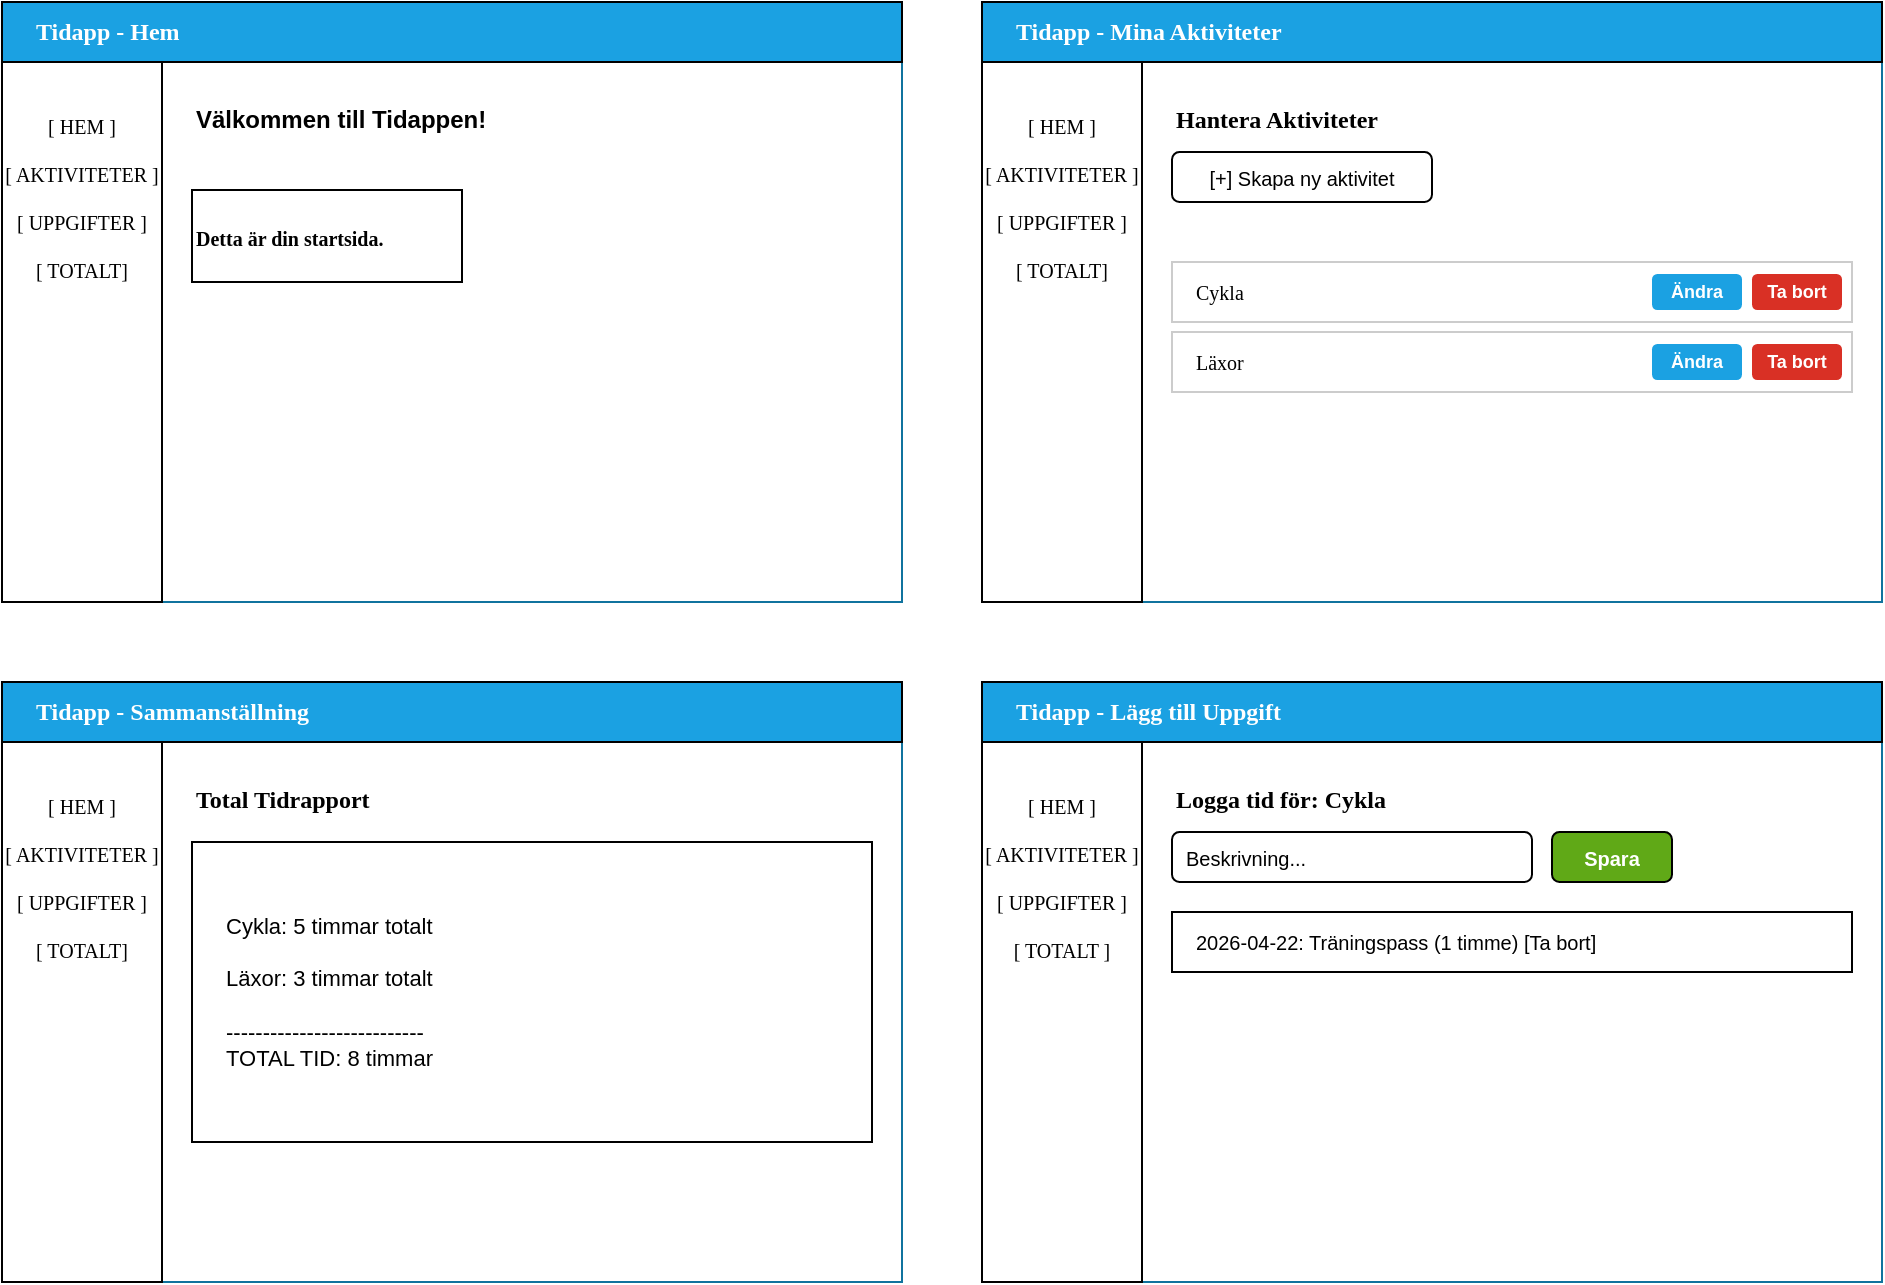
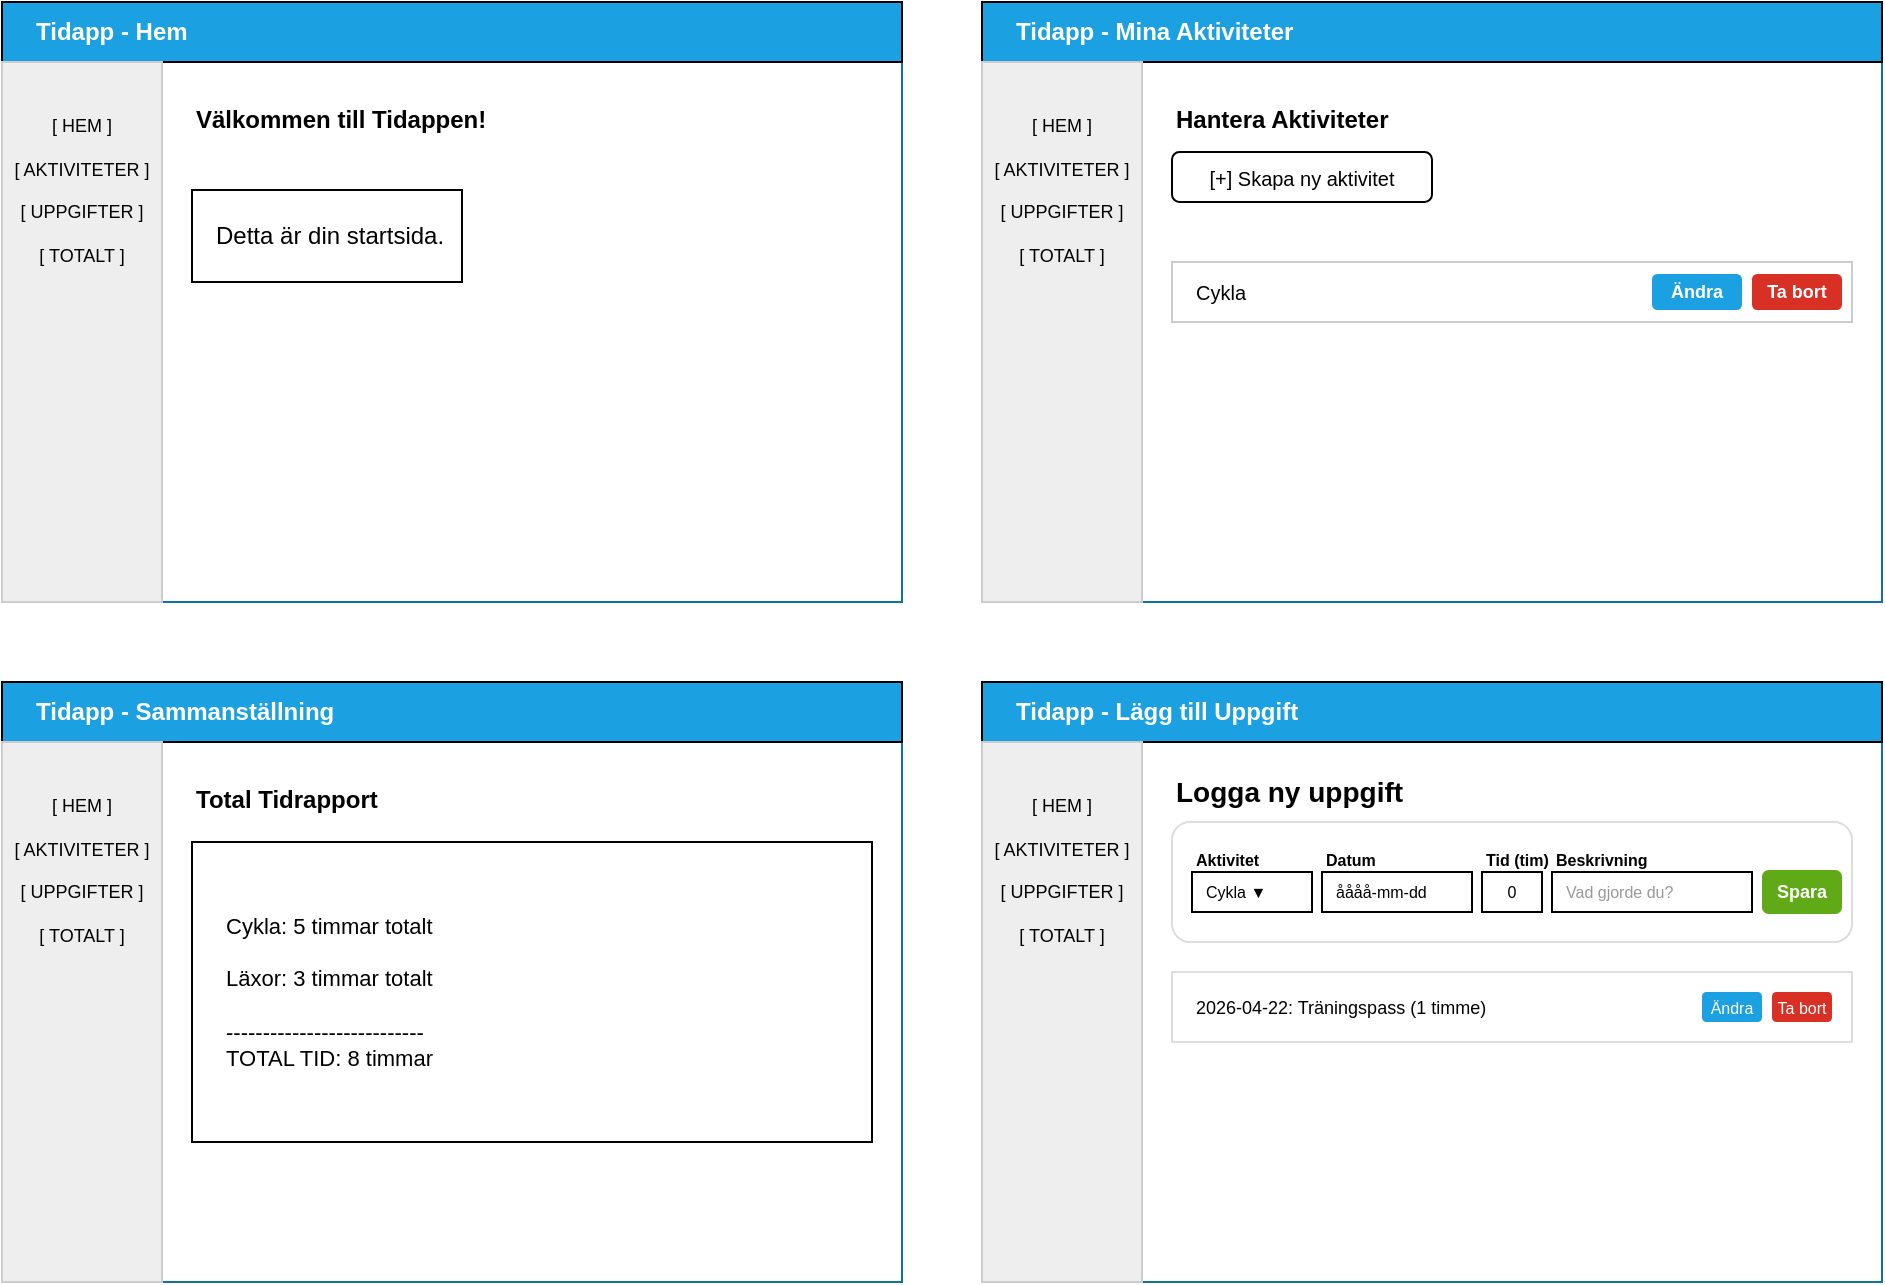
<mxfile host="app.diagrams.net">
  <diagram name="Page-1" id="IYGaeqK2h2XBtHOK3l0I">
-     <mxGraphModel dx="1069" dy="647" grid="1" gridSize="10" guides="1" tooltips="1" connect="1" arrows="1" fold="1" page="1" pageScale="1" pageWidth="1169" pageHeight="827" math="0" shadow="0">
+     <mxGraphModel dx="1299" dy="677" grid="1" gridSize="10" guides="1" tooltips="1" connect="1" arrows="1" fold="1" page="1" pageScale="1" pageWidth="1169" pageHeight="827" math="0" shadow="0">
      <root>
        <mxCell id="0" />
        <mxCell id="1" parent="0" />
-         <mxCell id="d1_frame" parent="1" style="rounded=0;whiteSpace=wrap;html=1;strokeColor=#10739e;fillColor=none;" value="" vertex="1">
+         <mxCell id="h_frame" parent="1" style="rounded=0;whiteSpace=wrap;html=1;strokeColor=#10739e;fillColor=none;" value="" vertex="1">
+           <mxGeometry height="300" width="450" x="20" y="40" as="geometry" />
+         </mxCell>
+         <mxCell id="h_head" parent="1" style="rounded=0;whiteSpace=wrap;html=1;fillColor=#1ba1e2;fontColor=#ffffff;align=left;spacingLeft=15;" value="&lt;b&gt;Tidapp - Hem&lt;/b&gt;" vertex="1">
+           <mxGeometry height="30" width="450" x="20" y="40" as="geometry" />
+         </mxCell>
+         <mxCell id="h_side" parent="1" style="rounded=0;whiteSpace=wrap;html=1;fillColor=#eeeeee;align=center;verticalAlign=top;spacingTop=20;fontSize=9;strokeColor=#cccccc;" value="[ HEM ]&#xa;&#xa;[ AKTIVITETER ]&#xa;&#xa;[ UPPGIFTER ]&#xa;&#xa;[ TOTALT ]" vertex="1">
+           <mxGeometry height="270" width="80" x="20" y="70" as="geometry" />
+         </mxCell>
+         <mxCell id="h_content" parent="1" style="text;html=1;fontStyle=1" value="Välkommen till Tidappen!" vertex="1">
+           <mxGeometry height="20" width="150" x="115" y="85" as="geometry" />
+         </mxCell>
+         <mxCell id="h_text" parent="1" style="rounded=0;whiteSpace=wrap;html=1;fillColor=none;align=left;spacingLeft=10;" value="Detta är din startsida." vertex="1">
+           <mxGeometry height="46" width="135" x="115" y="134" as="geometry" />
+         </mxCell>
+         <mxCell id="a_frame" parent="1" style="rounded=0;whiteSpace=wrap;html=1;strokeColor=#10739e;fillColor=none;" value="" vertex="1">
          <mxGeometry height="300" width="450" x="510" y="40" as="geometry" />
        </mxCell>
-         <mxCell id="d1_head" parent="1" style="rounded=0;whiteSpace=wrap;html=1;fillColor=#1ba1e2;fontColor=#ffffff;align=left;spacingLeft=15;" value="&lt;font face=&quot;Comic Sans MS&quot;&gt;&lt;b&gt;Tidapp - Mina Aktiviteter&lt;/b&gt;&lt;/font&gt;" vertex="1">
+         <mxCell id="a_head" parent="1" style="rounded=0;whiteSpace=wrap;html=1;fillColor=#1ba1e2;fontColor=#ffffff;align=left;spacingLeft=15;" value="&lt;b&gt;Tidapp - Mina Aktiviteter&lt;/b&gt;" vertex="1">
          <mxGeometry height="30" width="450" x="510" y="40" as="geometry" />
        </mxCell>
-         <mxCell id="d1_side" parent="1" style="rounded=0;whiteSpace=wrap;html=1;fillColor=none;align=center;verticalAlign=top;spacingTop=20;fontSize=9;" value="&lt;font face=&quot;Comic Sans MS&quot; size=&quot;1&quot;&gt;[ HEM ]&lt;br&gt;&lt;br&gt;[ AKTIVITETER ]&lt;br&gt;&lt;br&gt;[ UPPGIFTER ]&lt;br&gt;&lt;br&gt;[ TOTALT]&lt;/font&gt;" vertex="1">
+         <mxCell id="a_side" parent="1" style="rounded=0;whiteSpace=wrap;html=1;fillColor=#eeeeee;align=center;verticalAlign=top;spacingTop=20;fontSize=9;strokeColor=#cccccc;" value="[ HEM ]&#xa;&#xa;[ AKTIVITETER ]&#xa;&#xa;[ UPPGIFTER ]&#xa;&#xa;[ TOTALT ]" vertex="1">
          <mxGeometry height="270" width="80" x="510" y="70" as="geometry" />
        </mxCell>
-         <mxCell id="d1_content" parent="1" style="text;html=1;fontStyle=1" value="&lt;font face=&quot;Comic Sans MS&quot;&gt;Hantera Aktiviteter&lt;/font&gt;" vertex="1">
+         <mxCell id="a_content" parent="1" style="text;html=1;fontStyle=1" value="Hantera Aktiviteter" vertex="1">
          <mxGeometry height="20" width="150" x="605" y="85" as="geometry" />
        </mxCell>
-         <mxCell id="d1_add" parent="1" style="rounded=1;whiteSpace=wrap;html=1;fillColor=none;fontSize=10;" value="[+] Skapa ny aktivitet" vertex="1">
+         <mxCell id="a_add" parent="1" style="rounded=1;whiteSpace=wrap;html=1;fillColor=none;fontSize=10;" value="[+] Skapa ny aktivitet" vertex="1">
          <mxGeometry height="25" width="130" x="605" y="115" as="geometry" />
        </mxCell>
-         <mxCell id="d1_item1" parent="1" style="rounded=0;whiteSpace=wrap;html=1;fillColor=none;strokeColor=#cccccc;align=left;spacingLeft=10;fontSize=10;" value="&lt;font face=&quot;Comic Sans MS&quot;&gt;Cykla&lt;/font&gt;" vertex="1">
+         <mxCell id="a_item1" parent="1" style="rounded=0;whiteSpace=wrap;html=1;fillColor=none;strokeColor=#cccccc;align=left;spacingLeft=10;fontSize=10;" value="Cykla" vertex="1">
          <mxGeometry height="30" width="340" x="605" y="170" as="geometry" />
        </mxCell>
-         <mxCell id="d1_edit1" parent="1" style="rounded=1;whiteSpace=wrap;html=1;fillColor=#1ba1e2;fontColor=#ffffff;strokeColor=none;fontSize=9;fontStyle=1" value="Ändra" vertex="1">
+         <mxCell id="a_edit1" parent="1" style="rounded=1;whiteSpace=wrap;html=1;fillColor=#1ba1e2;fontColor=#ffffff;strokeColor=none;fontSize=9;fontStyle=1" value="Ändra" vertex="1">
          <mxGeometry height="18" width="45" x="845" y="176" as="geometry" />
        </mxCell>
-         <mxCell id="d1_del1" parent="1" style="rounded=1;whiteSpace=wrap;html=1;fillColor=#d93025;fontColor=#ffffff;strokeColor=none;fontSize=9;fontStyle=1" value="Ta bort" vertex="1">
+         <mxCell id="a_del1" parent="1" style="rounded=1;whiteSpace=wrap;html=1;fillColor=#d93025;fontColor=#ffffff;strokeColor=none;fontSize=9;fontStyle=1" value="Ta bort" vertex="1">
          <mxGeometry height="18" width="45" x="895" y="176" as="geometry" />
        </mxCell>
-         <mxCell id="d1_item2" parent="1" style="rounded=0;whiteSpace=wrap;html=1;fillColor=none;strokeColor=#cccccc;align=left;spacingLeft=10;fontSize=10;" value="&lt;font face=&quot;Comic Sans MS&quot;&gt;Läxor&lt;/font&gt;" vertex="1">
-           <mxGeometry height="30" width="340" x="605" y="205" as="geometry" />
-         </mxCell>
-         <mxCell id="d1_edit2" parent="1" style="rounded=1;whiteSpace=wrap;html=1;fillColor=#1ba1e2;fontColor=#ffffff;strokeColor=none;fontSize=9;fontStyle=1" value="Ändra" vertex="1">
-           <mxGeometry height="18" width="45" x="845" y="211" as="geometry" />
-         </mxCell>
-         <mxCell id="d1_del2" parent="1" style="rounded=1;whiteSpace=wrap;html=1;fillColor=#d93025;fontColor=#ffffff;strokeColor=none;fontSize=9;fontStyle=1" value="Ta bort" vertex="1">
-           <mxGeometry height="18" width="45" x="895" y="211" as="geometry" />
-         </mxCell>
-         <mxCell id="d2_frame" parent="1" style="rounded=0;whiteSpace=wrap;html=1;strokeColor=#10739e;fillColor=none;" value="" vertex="1">
+         <mxCell id="u_frame" parent="1" style="rounded=0;whiteSpace=wrap;html=1;strokeColor=#10739e;fillColor=none;" value="" vertex="1">
          <mxGeometry height="300" width="450" x="510" y="380" as="geometry" />
        </mxCell>
-         <mxCell id="d2_head" parent="1" style="rounded=0;whiteSpace=wrap;html=1;fillColor=#1ba1e2;fontColor=#ffffff;align=left;spacingLeft=15;" value="&lt;font face=&quot;Comic Sans MS&quot;&gt;&lt;b&gt;Tidapp - Lägg till Uppgift&lt;/b&gt;&lt;/font&gt;" vertex="1">
+         <mxCell id="u_head" parent="1" style="rounded=0;whiteSpace=wrap;html=1;fillColor=#1ba1e2;fontColor=#ffffff;align=left;spacingLeft=15;" value="&lt;b&gt;Tidapp - Lägg till Uppgift&lt;/b&gt;" vertex="1">
          <mxGeometry height="30" width="450" x="510" y="380" as="geometry" />
        </mxCell>
-         <mxCell id="d2_side" parent="1" style="rounded=0;whiteSpace=wrap;html=1;fillColor=none;align=center;verticalAlign=top;spacingTop=20;fontSize=9;" value="&lt;font face=&quot;Comic Sans MS&quot; size=&quot;1&quot;&gt;[ HEM ]&lt;br&gt;&lt;br&gt;[ AKTIVITETER ]&lt;br&gt;&lt;br&gt;[ UPPGIFTER ]&lt;br&gt;&lt;br&gt;[ TOTALT ]&lt;/font&gt;" vertex="1">
+         <mxCell id="u_side" parent="1" style="rounded=0;whiteSpace=wrap;html=1;fillColor=#eeeeee;align=center;verticalAlign=top;spacingTop=20;fontSize=9;strokeColor=#cccccc;" value="[ HEM ]&#xa;&#xa;[ AKTIVITETER ]&#xa;&#xa;[ UPPGIFTER ]&#xa;&#xa;[ TOTALT ]" vertex="1">
          <mxGeometry height="270" width="80" x="510" y="410" as="geometry" />
        </mxCell>
-         <mxCell id="d2_content" parent="1" style="text;html=1;fontStyle=1" value="&lt;font face=&quot;Comic Sans MS&quot;&gt;Logga tid för: Cykla&lt;/font&gt;" vertex="1">
-           <mxGeometry height="20" width="200" x="605" y="425" as="geometry" />
+         <mxCell id="u_title" parent="1" style="text;html=1;fontStyle=1;fontSize=14;" value="Logga ny uppgift" vertex="1">
+           <mxGeometry height="20" width="200" x="605" y="420" as="geometry" />
        </mxCell>
-         <mxCell id="d2_in" parent="1" style="rounded=1;whiteSpace=wrap;html=1;fontSize=10;align=left;spacingLeft=5;fillColor=none;" value="Beskrivning..." vertex="1">
-           <mxGeometry height="25" width="180" x="605" y="455" as="geometry" />
+         <mxCell id="u_input_bg" parent="1" style="rounded=1;whiteSpace=wrap;html=1;fillColor=none;strokeColor=#dddddd;" value="" vertex="1">
+           <mxGeometry height="60" width="340" x="605" y="450" as="geometry" />
        </mxCell>
-         <mxCell id="d2_btn" parent="1" style="rounded=1;whiteSpace=wrap;html=1;fillColor=#60a917;fontColor=#ffffff;fontSize=10;fontStyle=1" value="Spara" vertex="1">
-           <mxGeometry height="25" width="60" x="795" y="455" as="geometry" />
+         <mxCell id="u_in_act" parent="1" style="rounded=0;whiteSpace=wrap;html=1;fontSize=8;align=left;spacingLeft=5;" value="Cykla   ▼" vertex="1">
+           <mxGeometry height="20" width="60" x="615" y="475" as="geometry" />
        </mxCell>
-         <mxCell id="d2_log1" parent="1" style="rounded=0;whiteSpace=wrap;html=1;fillColor=none;fontSize=10;align=left;spacingLeft=10;" value="2026-04-22: Träningspass (1 timme)   [Ta bort]" vertex="1">
-           <mxGeometry height="30" width="340" x="605" y="495" as="geometry" />
+         <mxCell id="u_lbl_act" parent="1" style="text;html=1;fontSize=8;fontStyle=1" value="Aktivitet" vertex="1">
+           <mxGeometry height="15" width="50" x="615" y="458" as="geometry" />
        </mxCell>
-         <mxCell id="d3_frame" parent="1" style="rounded=0;whiteSpace=wrap;html=1;strokeColor=#10739e;fillColor=none;" value="" vertex="1">
+         <mxCell id="u_in_date" parent="1" style="rounded=0;whiteSpace=wrap;html=1;fontSize=8;align=left;spacingLeft=5;" value="åååå-mm-dd&amp;nbsp;" vertex="1">
+           <mxGeometry height="20" width="75" x="680" y="475" as="geometry" />
+         </mxCell>
+         <mxCell id="u_lbl_date" parent="1" style="text;html=1;fontSize=8;fontStyle=1" value="Datum" vertex="1">
+           <mxGeometry height="15" width="50" x="680" y="458" as="geometry" />
+         </mxCell>
+         <mxCell id="u_in_time" parent="1" style="rounded=0;whiteSpace=wrap;html=1;fontSize=8;align=center;" value="0" vertex="1">
+           <mxGeometry height="20" width="30" x="760" y="475" as="geometry" />
+         </mxCell>
+         <mxCell id="u_lbl_time" parent="1" style="text;html=1;fontSize=8;fontStyle=1" value="Tid (tim)" vertex="1">
+           <mxGeometry height="15" width="40" x="760" y="458" as="geometry" />
+         </mxCell>
+         <mxCell id="u_in_desc" parent="1" style="rounded=0;whiteSpace=wrap;html=1;fontSize=8;align=left;spacingLeft=5;fontColor=#999999;" value="Vad gjorde du?" vertex="1">
+           <mxGeometry height="20" width="100" x="795" y="475" as="geometry" />
+         </mxCell>
+         <mxCell id="u_lbl_desc" parent="1" style="text;html=1;fontSize=8;fontStyle=1" value="Beskrivning" vertex="1">
+           <mxGeometry height="15" width="70" x="795" y="458" as="geometry" />
+         </mxCell>
+         <mxCell id="u_btn_save" parent="1" style="rounded=1;whiteSpace=wrap;html=1;fillColor=#60a917;fontColor=#ffffff;fontSize=9;fontStyle=1;strokeColor=none;" value="Spara" vertex="1">
+           <mxGeometry height="22" width="40" x="900" y="474" as="geometry" />
+         </mxCell>
+         <mxCell id="u_log_row" parent="1" style="rounded=0;whiteSpace=wrap;html=1;fillColor=none;strokeColor=#dddddd;align=left;spacingLeft=10;fontSize=9;" value="2026-04-22: Träningspass (1 timme)" vertex="1">
+           <mxGeometry height="35" width="340" x="605" y="525" as="geometry" />
+         </mxCell>
+         <mxCell id="u_btn_edit" parent="1" style="rounded=1;whiteSpace=wrap;html=1;fillColor=#1ba1e2;fontColor=#ffffff;fontSize=8;strokeColor=none;" value="Ändra" vertex="1">
+           <mxGeometry height="15" width="30" x="870" y="535" as="geometry" />
+         </mxCell>
+         <mxCell id="u_btn_del" parent="1" style="rounded=1;whiteSpace=wrap;html=1;fillColor=#d93025;fontColor=#ffffff;fontSize=8;strokeColor=none;" value="Ta bort" vertex="1">
+           <mxGeometry height="15" width="30" x="905" y="535" as="geometry" />
+         </mxCell>
+         <mxCell id="t_frame" parent="1" style="rounded=0;whiteSpace=wrap;html=1;strokeColor=#10739e;fillColor=none;" value="" vertex="1">
          <mxGeometry height="300" width="450" x="20" y="380" as="geometry" />
        </mxCell>
-         <mxCell id="d3_head" parent="1" style="rounded=0;whiteSpace=wrap;html=1;fillColor=#1ba1e2;fontColor=#ffffff;align=left;spacingLeft=15;" value="&lt;font face=&quot;Comic Sans MS&quot;&gt;&lt;b&gt;Tidapp - Sammanställning&lt;/b&gt;&lt;/font&gt;" vertex="1">
+         <mxCell id="t_head" parent="1" style="rounded=0;whiteSpace=wrap;html=1;fillColor=#1ba1e2;fontColor=#ffffff;align=left;spacingLeft=15;" value="&lt;b&gt;Tidapp - Sammanställning&lt;/b&gt;" vertex="1">
          <mxGeometry height="30" width="450" x="20" y="380" as="geometry" />
        </mxCell>
-         <mxCell id="d3_side" parent="1" style="rounded=0;whiteSpace=wrap;html=1;fillColor=none;align=center;verticalAlign=top;spacingTop=20;fontSize=9;" value="&lt;font face=&quot;Comic Sans MS&quot; size=&quot;1&quot;&gt;[ HEM ]&lt;br&gt;&lt;br&gt;[ AKTIVITETER ]&lt;br&gt;&lt;br&gt;[ UPPGIFTER ]&lt;br&gt;&lt;br&gt;[ TOTALT]&lt;/font&gt;" vertex="1">
+         <mxCell id="t_side" parent="1" style="rounded=0;whiteSpace=wrap;html=1;fillColor=#eeeeee;align=center;verticalAlign=top;spacingTop=20;fontSize=9;strokeColor=#cccccc;" value="[ HEM ]&#xa;&#xa;[ AKTIVITETER ]&#xa;&#xa;[ UPPGIFTER ]&#xa;&#xa;[ TOTALT ]" vertex="1">
          <mxGeometry height="270" width="80" x="20" y="410" as="geometry" />
        </mxCell>
-         <mxCell id="d3_content" parent="1" style="text;html=1;fontStyle=1" value="&lt;font face=&quot;Comic Sans MS&quot;&gt;Total Tidrapport&lt;/font&gt;" vertex="1">
+         <mxCell id="t_content" parent="1" style="text;html=1;fontStyle=1" value="Total Tidrapport" vertex="1">
          <mxGeometry height="20" width="150" x="115" y="425" as="geometry" />
        </mxCell>
-         <mxCell id="d3_report" parent="1" style="rounded=0;whiteSpace=wrap;html=1;fillColor=none;align=left;spacingLeft=15;fontSize=11;" value="Cykla: 5 timmar totalt&#xa;&#xa;Läxor: 3 timmar totalt&#xa;&#xa;---------------------------&#xa;TOTAL TID: 8 timmar" vertex="1">
+         <mxCell id="t_report" parent="1" style="rounded=0;whiteSpace=wrap;html=1;fillColor=none;align=left;spacingLeft=15;fontSize=11;" value="Cykla: 5 timmar totalt&#xa;&#xa;Läxor: 3 timmar totalt&#xa;&#xa;---------------------------&#xa;TOTAL TID: 8 timmar" vertex="1">
          <mxGeometry height="150" width="340" x="115" y="460" as="geometry" />
-         </mxCell>
-         <mxCell id="xMmezDsJBuLaI5peywbn-1" parent="1" style="rounded=0;whiteSpace=wrap;html=1;strokeColor=#10739e;fillColor=none;gradientColor=none;" value="" vertex="1">
-           <mxGeometry height="300" width="450" x="20" y="40" as="geometry" />
-         </mxCell>
-         <mxCell id="xMmezDsJBuLaI5peywbn-2" parent="1" style="rounded=0;whiteSpace=wrap;html=1;fillColor=#1ba1e2;fontColor=#ffffff;align=left;spacingLeft=15;" value="&lt;font face=&quot;Comic Sans MS&quot;&gt;&lt;b&gt;Tidapp - Hem&lt;/b&gt;&lt;/font&gt;" vertex="1">
-           <mxGeometry height="30" width="450" x="20" y="40" as="geometry" />
-         </mxCell>
-         <mxCell id="xMmezDsJBuLaI5peywbn-3" parent="1" style="rounded=0;whiteSpace=wrap;html=1;fillColor=none;align=center;verticalAlign=top;spacingTop=20;fontSize=9;gradientColor=none;strokeColor=default;" value="&lt;font face=&quot;Comic Sans MS&quot; size=&quot;1&quot; style=&quot;color: light-dark(rgb(0, 0, 0), rgb(255, 255, 255));&quot;&gt;[ HEM ]&lt;br&gt;&lt;br&gt;[ AKTIVITETER ]&lt;br&gt;&lt;br&gt;[ UPPGIFTER ]&lt;br&gt;&lt;br&gt;[ TOTALT]&lt;/font&gt;" vertex="1">
-           <mxGeometry height="270" width="80" x="20" y="70" as="geometry" />
-         </mxCell>
-         <mxCell id="xMmezDsJBuLaI5peywbn-4" parent="1" style="text;html=1;fontStyle=1;fillColor=none;" value="&lt;font face=&quot;Helvetica&quot;&gt;Välkommen till Tidappen!&lt;/font&gt;" vertex="1">
-           <mxGeometry height="20" width="150" x="115" y="85" as="geometry" />
-         </mxCell>
-         <mxCell id="xMmezDsJBuLaI5peywbn-12" parent="1" style="rounded=0;whiteSpace=wrap;html=1;fillColor=none;align=left;" value="&lt;h3 style=&quot;box-sizing: border-box;&quot;&gt;&lt;font face=&quot;Comic Sans MS&quot; style=&quot;color: light-dark(rgb(0, 0, 0), rgb(255, 255, 255)); font-size: 10px;&quot;&gt;Detta är din startsida.&amp;nbsp;&lt;/font&gt;&lt;/h3&gt;" vertex="1">
-           <mxGeometry height="46" width="135" x="115" y="134" as="geometry" />
        </mxCell>
      </root>
    </mxGraphModel>
  </diagram>
</mxfile>
